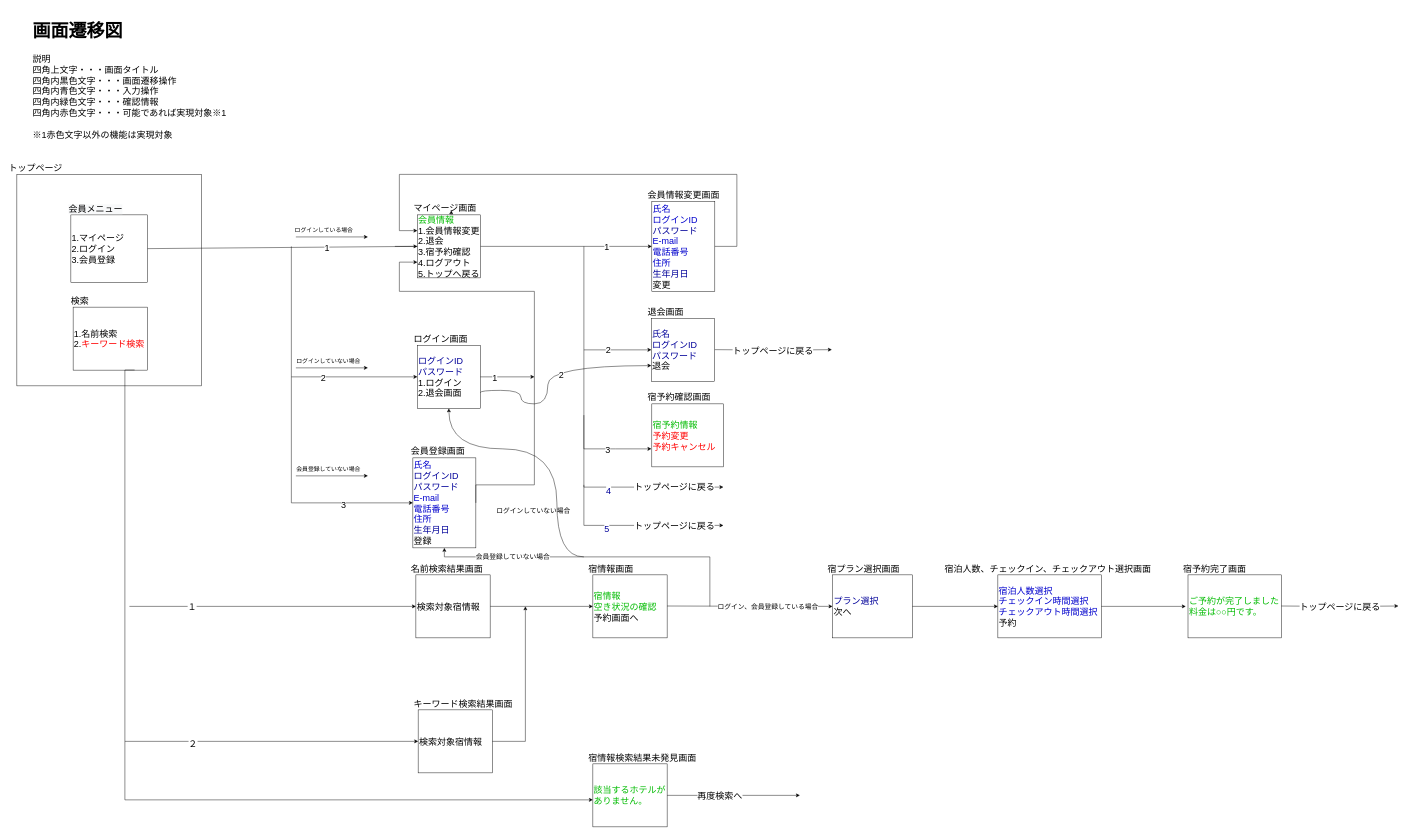
The draw.io diagram レビュー用ファイル/画面遷移図ユーザ視点.drawio in 2022java42-student006/document, before the edit. Source tidied: cells renumbered, new cells numbered last; positions are measured from the earlier drawing's top-left corner, leaving out a move shared by most shapes. Both pictures are drawn from the tidied source at 45%, with x=0, y=0 at pixel (8, 12).
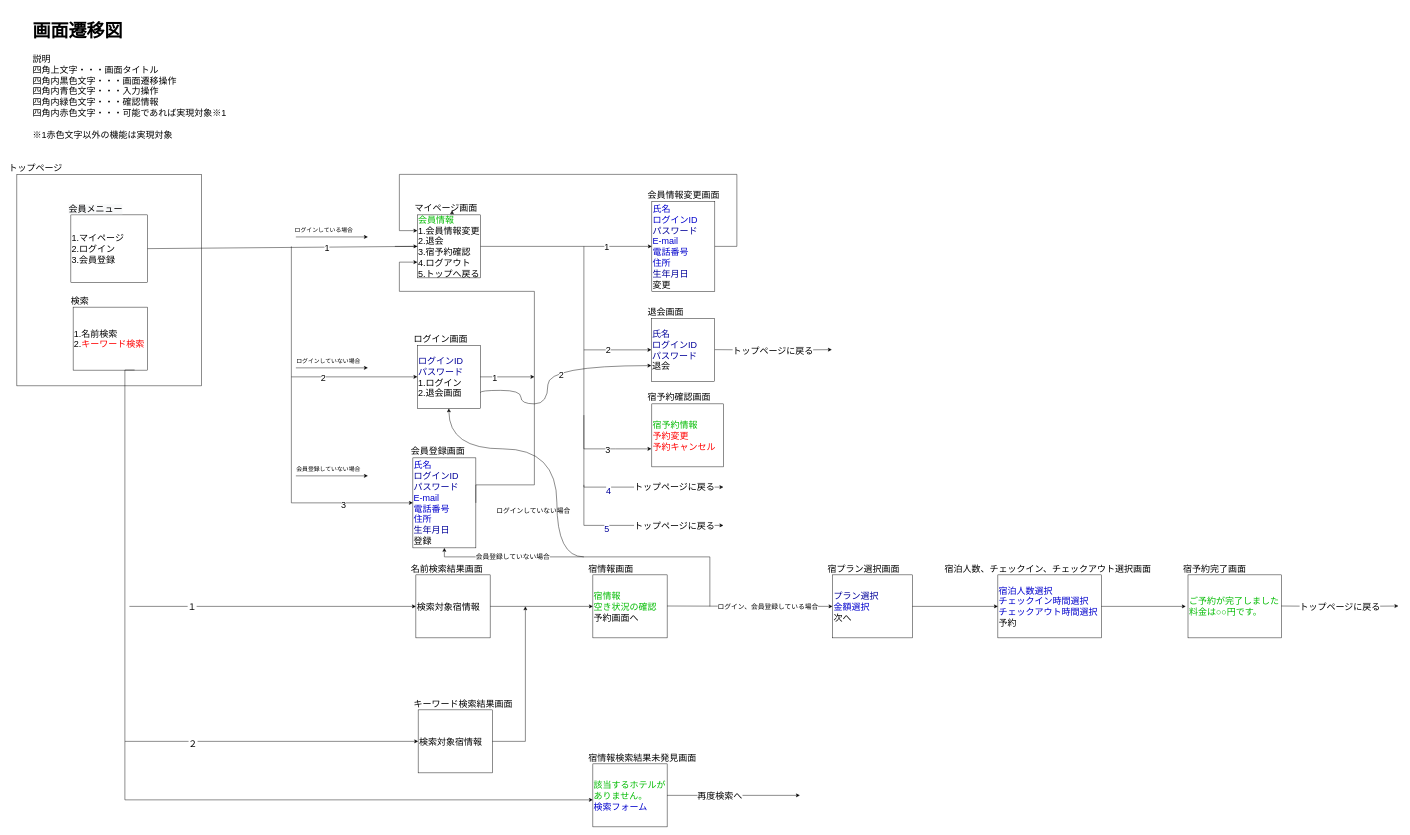
The same page after the edit.

Commit message (it also covers changes not shown here):
画面遷移図に 宿情報＋プラン内容を登録できる遷移を追加しました。

Diff of the diagram source:
```diff
@@
     <mxCell id="14" value="マイページ画面" style="text;html=1;strokeColor=none;fillColor=none;align=left;verticalAlign=middle;whiteSpace=wrap;rounded=0;fontSize=20;" parent="1" vertex="1">
-      <mxGeometry x="900" y="420" width="170" height="30" as="geometry" />
+      <mxGeometry x="901.7" y="420" width="170" height="30" as="geometry" />
     </mxCell>
@@
-    <mxCell id="57" value="&lt;font color=&quot;#000099&quot;&gt;プラン選択&lt;/font&gt;&lt;br&gt;次へ" style="rounded=0;whiteSpace=wrap;html=1;fontSize=20;align=left;" parent="1" vertex="1">
+    <mxCell id="57" value="&lt;font color=&quot;#000099&quot;&gt;プラン選択&lt;/font&gt;&lt;br&gt;&lt;font color=&quot;#0000cc&quot;&gt;金額選択&lt;/font&gt;&lt;br&gt;次へ" style="rounded=0;whiteSpace=wrap;html=1;fontSize=20;align=left;" parent="1" vertex="1">
       <mxGeometry x="1832.5" y="1250" width="177.5" height="140" as="geometry" />
     </mxCell>
@@
-    <mxCell id="80" value="&lt;font color=&quot;#00bb00&quot;&gt;該当するホテルがありません。&lt;/font&gt;" style="rounded=0;whiteSpace=wrap;html=1;fontSize=20;align=left;" parent="1" vertex="1">
+    <mxCell id="80" value="&lt;font color=&quot;#00bb00&quot;&gt;該当するホテルがありません。&lt;/font&gt;&lt;br&gt;&lt;font color=&quot;#0000cc&quot;&gt;検索フォーム&lt;/font&gt;" style="rounded=0;whiteSpace=wrap;html=1;fontSize=20;align=left;" parent="1" vertex="1">
       <mxGeometry x="1300" y="1670" width="165" height="140" as="geometry" />
     </mxCell>
```
